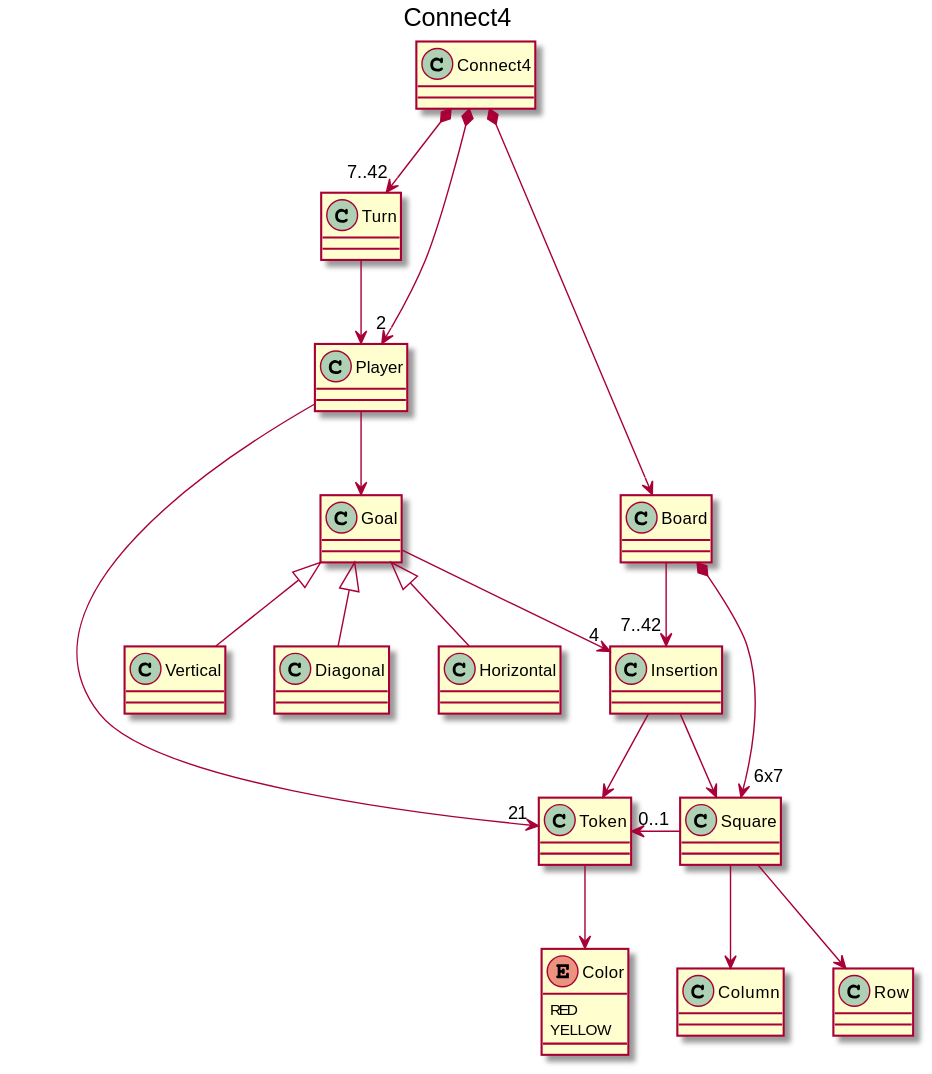
This is tech-plantuml/game-connect4/semanaActual/docs/images/Connect4-Connect4.svg from USantaTecla-ed-mpds/lab-dijkstra, a PlantUML export, as it was before one commit.
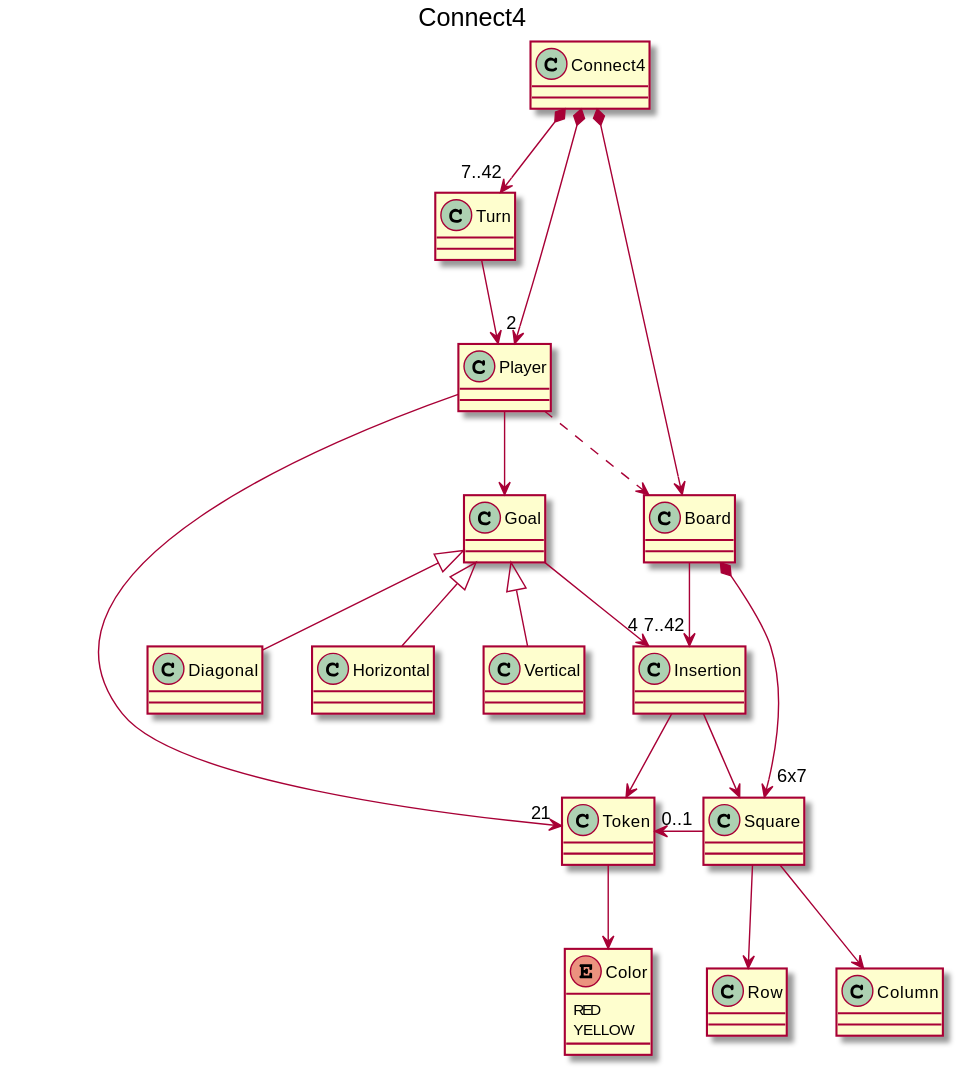
Above is the later version.

Commit message:
Update Connect4 image domain model diagram

Change to the diagram source:
```diff
@@ -14,6 +14,7 @@
 Goal --> "4" Insertion
 Player --> "21" Token
 Player --> Goal
+Player ..> Board
 Goal <|-- Vertical
 Goal <|-- Diagonal
 Goal <|-- Horizontal
```
